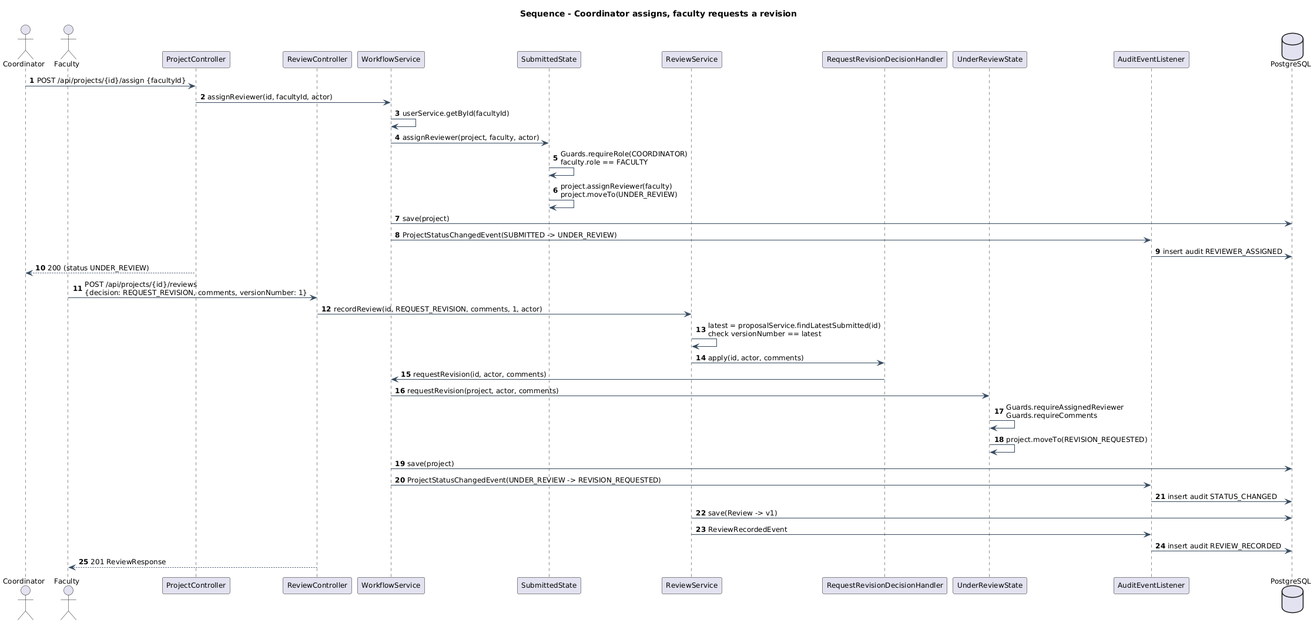
udita-0707/Prastaav keeps this PlantUML diagram as docs/uml/png/06_seq_assign_review_revision.png. Above is the earlier version. Source of this version:
```plantuml
@startuml 06_seq_assign_review_revision
!include _style.iuml
title Sequence - Coordinator assigns, faculty requests a revision
autonumber
actor Coordinator
actor Faculty
participant "ProjectController" as PC
participant "ReviewController" as RC
participant "WorkflowService" as WS
participant "SubmittedState" as SS
participant "ReviewService" as RS
participant "RequestRevisionDecisionHandler" as RH
participant "UnderReviewState" as URS
participant "AuditEventListener" as AEL
database PostgreSQL as DB

Coordinator -> PC : POST /api/projects/{id}/assign {facultyId}
PC -> WS : assignReviewer(id, facultyId, actor)
WS -> WS : userService.getById(facultyId)
WS -> SS : assignReviewer(project, faculty, actor)
SS -> SS : Guards.requireRole(COORDINATOR)\nfaculty.role == FACULTY
SS -> SS : project.assignReviewer(faculty)\nproject.moveTo(UNDER_REVIEW)
WS -> DB : save(project)
WS -> AEL : ProjectStatusChangedEvent(SUBMITTED -> UNDER_REVIEW)
AEL -> DB : insert audit REVIEWER_ASSIGNED
PC --> Coordinator : 200 (status UNDER_REVIEW)

Faculty -> RC : POST /api/projects/{id}/reviews\n{decision: REQUEST_REVISION, comments, versionNumber: 1}
RC -> RS : recordReview(id, REQUEST_REVISION, comments, 1, actor)
RS -> RS : latest = proposalService.findLatestSubmitted(id)\ncheck versionNumber == latest
RS -> RH : apply(id, actor, comments)
RH -> WS : requestRevision(id, actor, comments)
WS -> URS : requestRevision(project, actor, comments)
URS -> URS : Guards.requireAssignedReviewer\nGuards.requireComments
URS -> URS : project.moveTo(REVISION_REQUESTED)
WS -> DB : save(project)
WS -> AEL : ProjectStatusChangedEvent(UNDER_REVIEW -> REVISION_REQUESTED)
AEL -> DB : insert audit STATUS_CHANGED
RS -> DB : save(Review -> v1)
RS -> AEL : ReviewRecordedEvent
AEL -> DB : insert audit REVIEW_RECORDED
RC --> Faculty : 201 ReviewResponse
@enduml
```
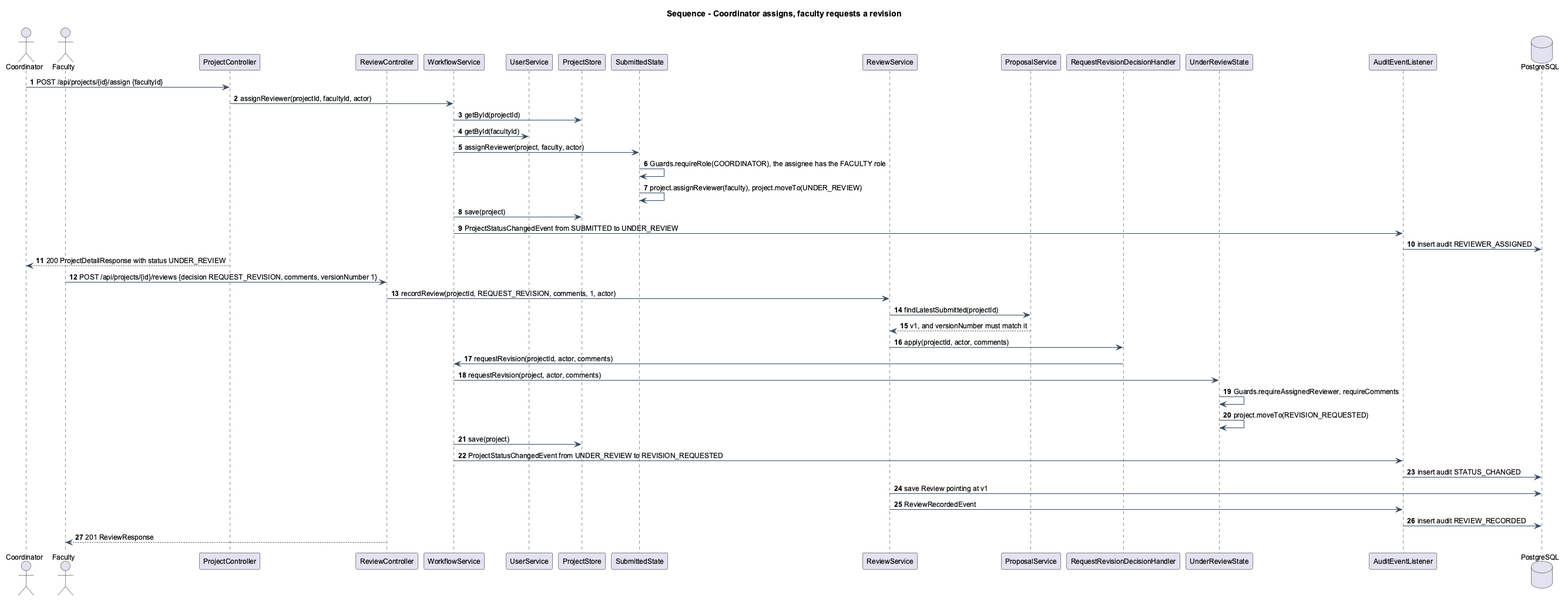
After the commit.

Change to the diagram source:
```diff
@@ -1,4 +1,5 @@
 @startuml 06_seq_assign_review_revision
+!pragma layout smetana
 !include _style.iuml
 title Sequence - Coordinator assigns, faculty requests a revision
 autonumber
@@ -7,36 +8,40 @@
 participant "ProjectController" as PC
 participant "ReviewController" as RC
 participant "WorkflowService" as WS
+participant "UserService" as US
+participant "ProjectStore" as ST
 participant "SubmittedState" as SS
 participant "ReviewService" as RS
+participant "ProposalService" as PRS
 participant "RequestRevisionDecisionHandler" as RH
 participant "UnderReviewState" as URS
 participant "AuditEventListener" as AEL
 database PostgreSQL as DB
 
 Coordinator -> PC : POST /api/projects/{id}/assign {facultyId}
-PC -> WS : assignReviewer(id, facultyId, actor)
-WS -> WS : userService.getById(facultyId)
+PC -> WS : assignReviewer(projectId, facultyId, actor)
+WS -> ST : getById(projectId)
+WS -> US : getById(facultyId)
 WS -> SS : assignReviewer(project, faculty, actor)
-SS -> SS : Guards.requireRole(COORDINATOR)\nfaculty.role == FACULTY
-SS -> SS : project.assignReviewer(faculty)\nproject.moveTo(UNDER_REVIEW)
-WS -> DB : save(project)
-WS -> AEL : ProjectStatusChangedEvent(SUBMITTED -> UNDER_REVIEW)
+SS -> SS : Guards.requireRole(COORDINATOR), the assignee has the FACULTY role
+SS -> SS : project.assignReviewer(faculty), project.moveTo(UNDER_REVIEW)
+WS -> ST : save(project)
+WS -> AEL : ProjectStatusChangedEvent from SUBMITTED to UNDER_REVIEW
 AEL -> DB : insert audit REVIEWER_ASSIGNED
-PC --> Coordinator : 200 (status UNDER_REVIEW)
-
-Faculty -> RC : POST /api/projects/{id}/reviews\n{decision: REQUEST_REVISION, comments, versionNumber: 1}
-RC -> RS : recordReview(id, REQUEST_REVISION, comments, 1, actor)
-RS -> RS : latest = proposalService.findLatestSubmitted(id)\ncheck versionNumber == latest
-RS -> RH : apply(id, actor, comments)
-RH -> WS : requestRevision(id, actor, comments)
+PC --> Coordinator : 200 ProjectDetailResponse with status UNDER_REVIEW
+Faculty -> RC : POST /api/projects/{id}/reviews {decision REQUEST_REVISION, comments, versionNumber 1}
+RC -> RS : recordReview(projectId, REQUEST_REVISION, comments, 1, actor)
+RS -> PRS : findLatestSubmitted(projectId)
+PRS --> RS : v1, and versionNumber must match it
+RS -> RH : apply(projectId, actor, comments)
+RH -> WS : requestRevision(projectId, actor, comments)
 WS -> URS : requestRevision(project, actor, comments)
-URS -> URS : Guards.requireAssignedReviewer\nGuards.requireComments
+URS -> URS : Guards.requireAssignedReviewer, requireComments
 URS -> URS : project.moveTo(REVISION_REQUESTED)
-WS -> DB : save(project)
-WS -> AEL : ProjectStatusChangedEvent(UNDER_REVIEW -> REVISION_REQUESTED)
+WS -> ST : save(project)
+WS -> AEL : ProjectStatusChangedEvent from UNDER_REVIEW to REVISION_REQUESTED
 AEL -> DB : insert audit STATUS_CHANGED
-RS -> DB : save(Review -> v1)
+RS -> DB : save Review pointing at v1
 RS -> AEL : ReviewRecordedEvent
 AEL -> DB : insert audit REVIEW_RECORDED
 RC --> Faculty : 201 ReviewResponse
```
